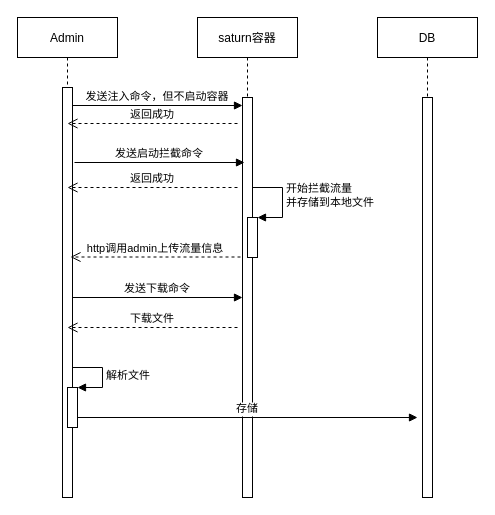
This is vipshop/job回放.drawio from ganziwen/diagrams, a draw.io file, before an edit. Source tidied: cells renumbered, new cells numbered last; positions are measured from the earlier drawing's top-left corner, leaving out a move shared by most shapes. Both pictures are drawn from the tidied source at 100%, with x=0, y=0 at pixel (17, 17).
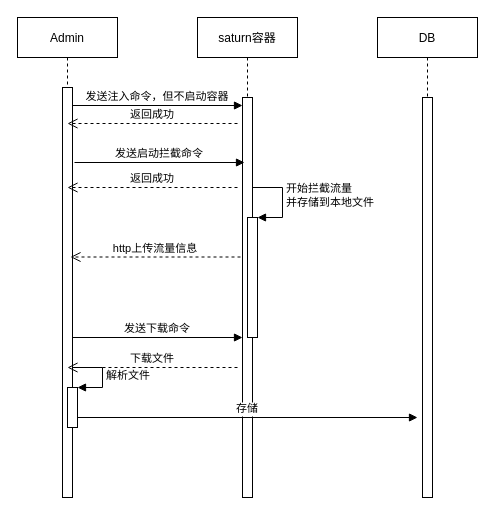
After the change.

Unchanged cells that the change refers to:
```xml
<mxCell id="6" value="saturn容器" style="shape=umlLifeline;perimeter=lifelinePerimeter;rounded=0;shadow=0;strokeWidth=1;" parent="1" vertex="1">
  <mxGeometry x="180" width="100" height="480" as="geometry" />
</mxCell>
```

The edit, as a diff of the source:
```diff
@@
     <mxCell id="8" style="html=1;points=[];perimeter=orthogonalPerimeter;" parent="6" vertex="1">
-      <mxGeometry x="50" y="200" width="10" height="40" as="geometry" />
+      <mxGeometry x="50" y="200" width="10" height="120" as="geometry" />
     </mxCell>
@@
     <mxCell id="16" value="发送下载命令" style="verticalAlign=bottom;endArrow=block;entryX=0;entryY=0;shadow=0;strokeWidth=1;" parent="1" edge="1">
       <mxGeometry relative="1" as="geometry">
-        <mxPoint x="55" y="280" as="sourcePoint" />
-        <mxPoint x="225" y="280" as="targetPoint" />
+        <mxPoint x="55" y="320" as="sourcePoint" />
+        <mxPoint x="225" y="320" as="targetPoint" />
       </mxGeometry>
     </mxCell>
     <mxCell id="17" value="下载文件" style="verticalAlign=bottom;endArrow=open;dashed=1;endSize=8;exitX=0;exitY=0.95;shadow=0;strokeWidth=1;" parent="1" edge="1">
       <mxGeometry relative="1" as="geometry">
-        <mxPoint x="220" y="310" as="sourcePoint" />
-        <mxPoint x="50" y="310" as="targetPoint" />
+        <mxPoint x="220" y="350" as="sourcePoint" />
+        <mxPoint x="50" y="350" as="targetPoint" />
       </mxGeometry>
     </mxCell>
@@
-    <mxCell id="19" value="http调用admin上传流量信息" style="verticalAlign=bottom;endArrow=open;dashed=1;endSize=8;exitX=0;exitY=0.95;shadow=0;strokeWidth=1;" parent="1" edge="1">
+    <mxCell id="19" value="http上传流量信息" style="verticalAlign=bottom;endArrow=open;dashed=1;endSize=8;exitX=0;exitY=0.95;shadow=0;strokeWidth=1;" parent="1" edge="1">
       <mxGeometry relative="1" as="geometry">
         <mxPoint x="223" y="239.5" as="sourcePoint" />
         <mxPoint x="53" y="239.5" as="targetPoint" />
       </mxGeometry>
     </mxCell>
```
